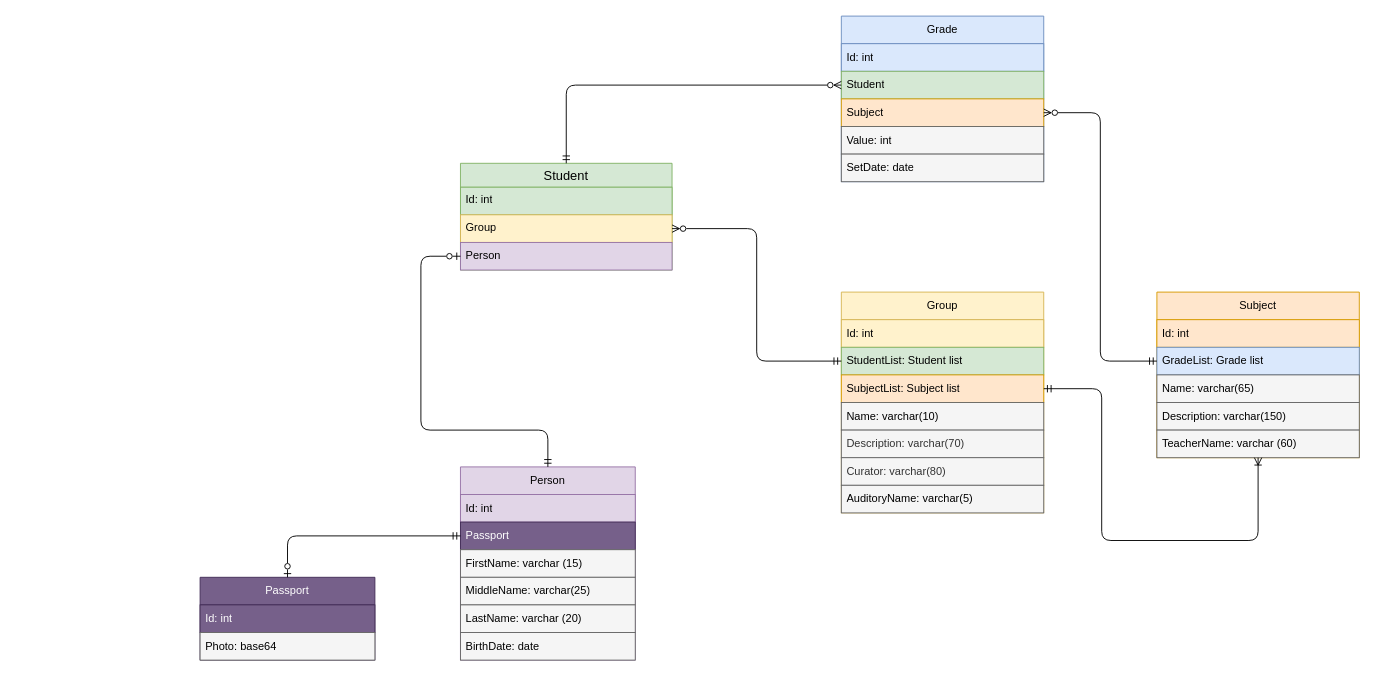
Earlier version of the draw.io diagram docs/Diagrams/ER-Studium (1 step).drawio (fokstal/Studium). Source tidied: cells renumbered, new cells numbered last; positions are measured from the earlier drawing's top-left corner, leaving out a move shared by most shapes. Both pictures are drawn from the tidied source at 92%, with x=0, y=0 at pixel (200, 16).
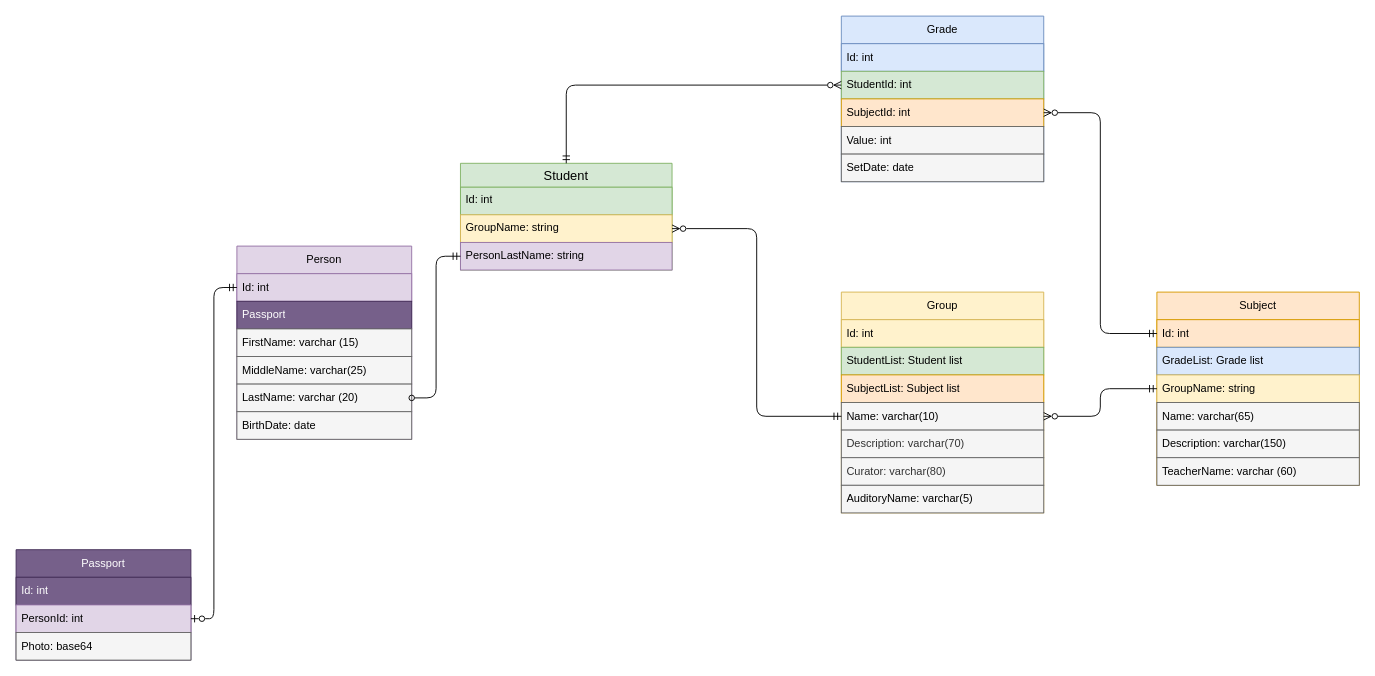
The same page after the edit.

Commit message (it also covers changes not shown here):
refactor: update Diagram with current Models (Tue 16.04.24 2:37 PM)

The change refers to these unchanged cells:
```xml
<mxCell id="2" value="Student" style="swimlane;fontStyle=0;horizontal=1;startSize=26;align=center;fontSize=14;fillColor=#d5e8d4;strokeColor=#82b366;" parent="1" vertex="1">
  <mxGeometry x="283" y="160" width="230" height="116" as="geometry" />
</mxCell>
<mxCell id="7" value="Id: int" style="text;strokeColor=#9673a6;fillColor=#e1d5e7;align=left;verticalAlign=middle;spacingLeft=4;spacingRight=4;overflow=hidden;points=[[0,0.5],[1,0.5]];portConstraint=eastwest;whiteSpace=wrap;html=1;" parent="6" vertex="1">
  <mxGeometry y="30" width="190" height="30" as="geometry" />
</mxCell>
<mxCell id="8" value="Passport" style="text;strokeColor=#432D57;fillColor=#76608a;align=left;verticalAlign=middle;spacingLeft=4;spacingRight=4;overflow=hidden;points=[[0,0.5],[1,0.5]];portConstraint=eastwest;whiteSpace=wrap;html=1;fontColor=#ffffff;" parent="6" vertex="1">
  <mxGeometry y="60" width="190" height="30" as="geometry" />
</mxCell>
<mxCell id="11" value="LastName: varchar (20)" style="text;strokeColor=#666666;fillColor=#f5f5f5;align=left;verticalAlign=middle;spacingLeft=4;spacingRight=4;overflow=hidden;points=[[0,0.5],[1,0.5]];portConstraint=eastwest;whiteSpace=wrap;html=1;fontColor=#000000;" parent="6" vertex="1">
  <mxGeometry y="150" width="190" height="30" as="geometry" />
</mxCell>
<mxCell id="20" value="StudentList: Student list" style="text;strokeColor=#82b366;fillColor=#d5e8d4;align=left;verticalAlign=middle;spacingLeft=4;spacingRight=4;overflow=hidden;points=[[0,0.5],[1,0.5]];portConstraint=eastwest;whiteSpace=wrap;html=1;" parent="18" vertex="1">
  <mxGeometry y="60" width="220" height="30" as="geometry" />
</mxCell>
<mxCell id="21" value="SubjectList: Subject list" style="text;strokeColor=#d79b00;fillColor=#ffe6cc;align=left;verticalAlign=middle;spacingLeft=4;spacingRight=4;overflow=hidden;points=[[0,0.5],[1,0.5]];portConstraint=eastwest;whiteSpace=wrap;html=1;" parent="18" vertex="1">
  <mxGeometry y="90" width="220" height="30" as="geometry" />
</mxCell>
<mxCell id="22" value="Name: varchar(10)" style="text;align=left;verticalAlign=middle;spacingLeft=4;spacingRight=4;overflow=hidden;points=[[0,0.5],[1,0.5]];portConstraint=eastwest;whiteSpace=wrap;html=1;fillColor=#f5f5f5;fontColor=#000000;strokeColor=#666666;" parent="18" vertex="1">
  <mxGeometry y="120" width="220" height="30" as="geometry" />
</mxCell>
<mxCell id="28" value="Id: int" style="text;align=left;verticalAlign=middle;spacingLeft=4;spacingRight=4;overflow=hidden;points=[[0,0.5],[1,0.5]];portConstraint=eastwest;whiteSpace=wrap;html=1;fillColor=#ffe6cc;strokeColor=#d79b00;" parent="27" vertex="1">
  <mxGeometry y="30" width="220" height="30" as="geometry" />
</mxCell>
<mxCell id="29" value="GradeList: Grade list" style="text;strokeColor=#6c8ebf;fillColor=#dae8fc;align=left;verticalAlign=middle;spacingLeft=4;spacingRight=4;overflow=hidden;points=[[0,0.5],[1,0.5]];portConstraint=eastwest;whiteSpace=wrap;html=1;" parent="27" vertex="1">
  <mxGeometry y="60" width="220" height="30" as="geometry" />
</mxCell>
<mxCell id="34" value="Grade" style="swimlane;fontStyle=0;horizontal=1;startSize=30;whiteSpace=wrap;html=1;fillColor=#dae8fc;strokeColor=#6c8ebf;" parent="1" vertex="1">
  <mxGeometry x="697" width="220" height="180" as="geometry" />
</mxCell>
```

The edit, as a diff of the source:
```diff
@@
-    <mxCell id="4" value="Group&lt;div&gt;&lt;br&gt;&lt;/div&gt;" style="text;strokeColor=#d6b656;fillColor=#fff2cc;spacingLeft=4;spacingRight=4;overflow=hidden;points=[[0,0.5],[1,0.5]];portConstraint=eastwest;fontSize=12;whiteSpace=wrap;html=1;" parent="2" vertex="1">
+    <mxCell id="4" value="GroupName: string" style="text;strokeColor=#d6b656;fillColor=#fff2cc;spacingLeft=4;spacingRight=4;overflow=hidden;points=[[0,0.5],[1,0.5]];portConstraint=eastwest;fontSize=12;whiteSpace=wrap;html=1;" parent="2" vertex="1">
       <mxGeometry y="56" width="230" height="30" as="geometry" />
     </mxCell>
-    <mxCell id="5" value="Person" style="text;strokeColor=#9673a6;fillColor=#e1d5e7;spacingLeft=4;spacingRight=4;overflow=hidden;points=[[0,0.5],[1,0.5]];portConstraint=eastwest;fontSize=12;whiteSpace=wrap;html=1;" parent="2" vertex="1">
+    <mxCell id="5" value="PersonLastName: string" style="text;strokeColor=#9673a6;fillColor=#e1d5e7;spacingLeft=4;spacingRight=4;overflow=hidden;points=[[0,0.5],[1,0.5]];portConstraint=eastwest;fontSize=12;whiteSpace=wrap;html=1;" parent="2" vertex="1">
       <mxGeometry y="86" width="230" height="30" as="geometry" />
     </mxCell>
     <mxCell id="6" value="Person" style="swimlane;fontStyle=0;horizontal=1;startSize=30;whiteSpace=wrap;html=1;fillColor=#e1d5e7;strokeColor=#9673a6;" parent="1" vertex="1">
-      <mxGeometry x="283" y="490" width="190" height="210" as="geometry" />
+      <mxGeometry x="40" y="250" width="190" height="210" as="geometry" />
     </mxCell>
@@
     <mxCell id="13" value="Passport" style="swimlane;fontStyle=0;horizontal=1;startSize=30;whiteSpace=wrap;html=1;fillColor=#76608a;strokeColor=#432D57;fontColor=#ffffff;" parent="1" vertex="1">
-      <mxGeometry y="610" width="190" height="90" as="geometry" />
+      <mxGeometry x="-200" y="580" width="190" height="120" as="geometry" />
     </mxCell>
+    <mxCell id="42" value="Id: int" style="text;strokeColor=#432D57;fillColor=#76608a;align=left;verticalAlign=middle;spacingLeft=4;spacingRight=4;overflow=hidden;whiteSpace=wrap;html=1;fontColor=#ffffff;" parent="13" vertex="1">
+      <mxGeometry y="30" width="190" height="30" as="geometry" />
+    </mxCell>
-    <mxCell id="14" value="Id: int" style="text;strokeColor=#432D57;fillColor=#76608a;align=left;verticalAlign=middle;spacingLeft=4;spacingRight=4;overflow=hidden;points=[[0,0.5],[1,0.5]];portConstraint=eastwest;whiteSpace=wrap;html=1;fontColor=#ffffff;" parent="13" vertex="1">
-      <mxGeometry y="30" width="190" height="30" as="geometry" />
+    <mxCell id="14" value="PersonId: int" style="text;strokeColor=#9673a6;fillColor=#e1d5e7;align=left;verticalAlign=middle;spacingLeft=4;spacingRight=4;overflow=hidden;points=[[0,0.5],[1,0.5]];portConstraint=eastwest;whiteSpace=wrap;html=1;" parent="13" vertex="1">
+      <mxGeometry y="60" width="190" height="30" as="geometry" />
     </mxCell>
     <mxCell id="15" value="Photo: base64" style="text;strokeColor=#666666;fillColor=#f5f5f5;align=left;verticalAlign=middle;spacingLeft=4;spacingRight=4;overflow=hidden;whiteSpace=wrap;html=1;fontColor=#000000;" parent="13" vertex="1">
-      <mxGeometry y="60" width="190" height="30" as="geometry" />
+      <mxGeometry y="90" width="190" height="30" as="geometry" />
     </mxCell>
-    <mxCell id="16" style="edgeStyle=orthogonalEdgeStyle;rounded=1;jettySize=auto;html=1;curved=0;endArrow=ERmandOne;endFill=0;startArrow=ERzeroToOne;startFill=0;" parent="1" edge="1" source="5" target="6">
-      <mxGeometry relative="1" as="geometry">
-        <Array as="points">
-          <mxPoint x="240" y="261" />
-          <mxPoint x="240" y="450" />
-          <mxPoint x="378" y="450" />
-        </Array>
-      </mxGeometry>
-    </mxCell>
-    <mxCell id="17" style="edgeStyle=orthogonalEdgeStyle;rounded=1;jettySize=auto;html=1;curved=0;startArrow=ERmandOne;startFill=0;endArrow=ERzeroToOne;endFill=0;" parent="1" edge="1" source="8" target="13">
+    <mxCell id="17" style="edgeStyle=orthogonalEdgeStyle;rounded=1;jettySize=auto;html=1;curved=0;startArrow=ERmandOne;startFill=0;endArrow=ERzeroToOne;endFill=0;" parent="1" edge="1" source="7" target="14">
       <mxGeometry relative="1" as="geometry" />
     </mxCell>
@@
-    <mxCell id="26" style="edgeStyle=orthogonalEdgeStyle;rounded=1;jettySize=auto;html=1;curved=0;endArrow=ERzeroToMany;endFill=0;startArrow=ERmandOne;startFill=0;" parent="1" edge="1" source="20" target="4">
+    <mxCell id="26" style="edgeStyle=orthogonalEdgeStyle;rounded=1;jettySize=auto;html=1;curved=0;endArrow=ERzeroToMany;endFill=0;startArrow=ERmandOne;startFill=0;entryX=1;entryY=0.5;entryDx=0;entryDy=0;" parent="1" edge="1" source="22" target="4">
       <mxGeometry relative="1" as="geometry" />
     </mxCell>
     <mxCell id="27" value="Subject" style="swimlane;fontStyle=0;horizontal=1;startSize=30;whiteSpace=wrap;html=1;fillColor=#ffe6cc;strokeColor=#d79b00;" parent="1" vertex="1">
-      <mxGeometry x="1040" y="300" width="220" height="180" as="geometry" />
+      <mxGeometry x="1040" y="300" width="220" height="210" as="geometry" />
     </mxCell>
@@
+    <mxCell id="43" value="GroupName: string" style="text;align=left;verticalAlign=middle;spacingLeft=4;spacingRight=4;overflow=hidden;points=[[0,0.5],[1,0.5]];portConstraint=eastwest;whiteSpace=wrap;html=1;fillColor=#fff2cc;strokeColor=#d6b656;" parent="27" vertex="1">
+      <mxGeometry y="90" width="220" height="30" as="geometry" />
+    </mxCell>
     <mxCell id="30" value="Name: varchar(65)" style="text;strokeColor=#666666;fillColor=#f5f5f5;align=left;verticalAlign=middle;spacingLeft=4;spacingRight=4;overflow=hidden;whiteSpace=wrap;html=1;fontColor=#000000;" parent="27" vertex="1">
-      <mxGeometry y="90" width="220" height="30" as="geometry" />
+      <mxGeometry y="120" width="220" height="30" as="geometry" />
     </mxCell>
     <mxCell id="31" value="Description: varchar(150)" style="text;strokeColor=#666666;fillColor=#f5f5f5;align=left;verticalAlign=middle;spacingLeft=4;spacingRight=4;overflow=hidden;whiteSpace=wrap;html=1;fontColor=#000000;" parent="27" vertex="1">
-      <mxGeometry y="120" width="220" height="30" as="geometry" />
+      <mxGeometry y="150" width="220" height="30" as="geometry" />
     </mxCell>
     <mxCell id="32" value="TeacherName: varchar (60)" style="text;strokeColor=#666666;fillColor=#f5f5f5;align=left;verticalAlign=middle;spacingLeft=4;spacingRight=4;overflow=hidden;whiteSpace=wrap;html=1;fontColor=#000000;" parent="27" vertex="1">
-      <mxGeometry y="150" width="220" height="30" as="geometry" />
+      <mxGeometry y="180" width="220" height="30" as="geometry" />
     </mxCell>
-    <mxCell id="33" style="edgeStyle=orthogonalEdgeStyle;rounded=1;jettySize=auto;html=1;endArrow=ERoneToMany;endFill=0;startArrow=ERmandOne;startFill=0;curved=0;" parent="1" edge="1" source="21" target="27">
-      <mxGeometry relative="1" as="geometry">
-        <Array as="points">
-          <mxPoint x="980" y="405" />
-          <mxPoint x="980" y="570" />
-          <mxPoint x="1150" y="570" />
-        </Array>
-      </mxGeometry>
-    </mxCell>
@@
-    <mxCell id="36" value="Student" style="text;strokeColor=#82b366;fillColor=#d5e8d4;align=left;verticalAlign=middle;spacingLeft=4;spacingRight=4;overflow=hidden;points=[[0,0.5],[1,0.5]];portConstraint=eastwest;whiteSpace=wrap;html=1;" parent="34" vertex="1">
+    <mxCell id="36" value="StudentId: int" style="text;strokeColor=#82b366;fillColor=#d5e8d4;align=left;verticalAlign=middle;spacingLeft=4;spacingRight=4;overflow=hidden;points=[[0,0.5],[1,0.5]];portConstraint=eastwest;whiteSpace=wrap;html=1;" parent="34" vertex="1">
       <mxGeometry y="60" width="220" height="30" as="geometry" />
     </mxCell>
-    <mxCell id="37" value="Subject" style="text;strokeColor=#d79b00;fillColor=#ffe6cc;align=left;verticalAlign=middle;spacingLeft=4;spacingRight=4;overflow=hidden;points=[[0,0.5],[1,0.5]];portConstraint=eastwest;whiteSpace=wrap;html=1;" parent="34" vertex="1">
+    <mxCell id="37" value="SubjectId: int" style="text;strokeColor=#d79b00;fillColor=#ffe6cc;align=left;verticalAlign=middle;spacingLeft=4;spacingRight=4;overflow=hidden;points=[[0,0.5],[1,0.5]];portConstraint=eastwest;whiteSpace=wrap;html=1;" parent="34" vertex="1">
       <mxGeometry y="90" width="220" height="30" as="geometry" />
     </mxCell>
@@
-    <mxCell id="40" style="edgeStyle=orthogonalEdgeStyle;rounded=1;jettySize=auto;html=1;endArrow=ERmandOne;endFill=0;startArrow=ERzeroToMany;startFill=0;curved=0;" parent="1" edge="1" source="37" target="29">
+    <mxCell id="40" style="edgeStyle=orthogonalEdgeStyle;rounded=1;jettySize=auto;html=1;endArrow=ERmandOne;endFill=0;startArrow=ERzeroToMany;startFill=0;curved=0;" parent="1" edge="1" source="37" target="28">
       <mxGeometry relative="1" as="geometry" />
     </mxCell>
@@
+    <mxCell id="44" style="edgeStyle=orthogonalEdgeStyle;rounded=1;jettySize=auto;html=1;curved=0;startArrow=ERmandOne;startFill=0;endArrow=oval;endFill=0;" parent="1" edge="1" source="5" target="11">
+      <mxGeometry relative="1" as="geometry" />
+    </mxCell>
+    <mxCell id="45" style="edgeStyle=orthogonalEdgeStyle;rounded=1;jettySize=auto;html=1;curved=0;startArrow=ERzeroToMany;startFill=0;endArrow=ERmandOne;endFill=0;" parent="1" edge="1" source="22" target="43">
+      <mxGeometry relative="1" as="geometry" />
+    </mxCell>
```
